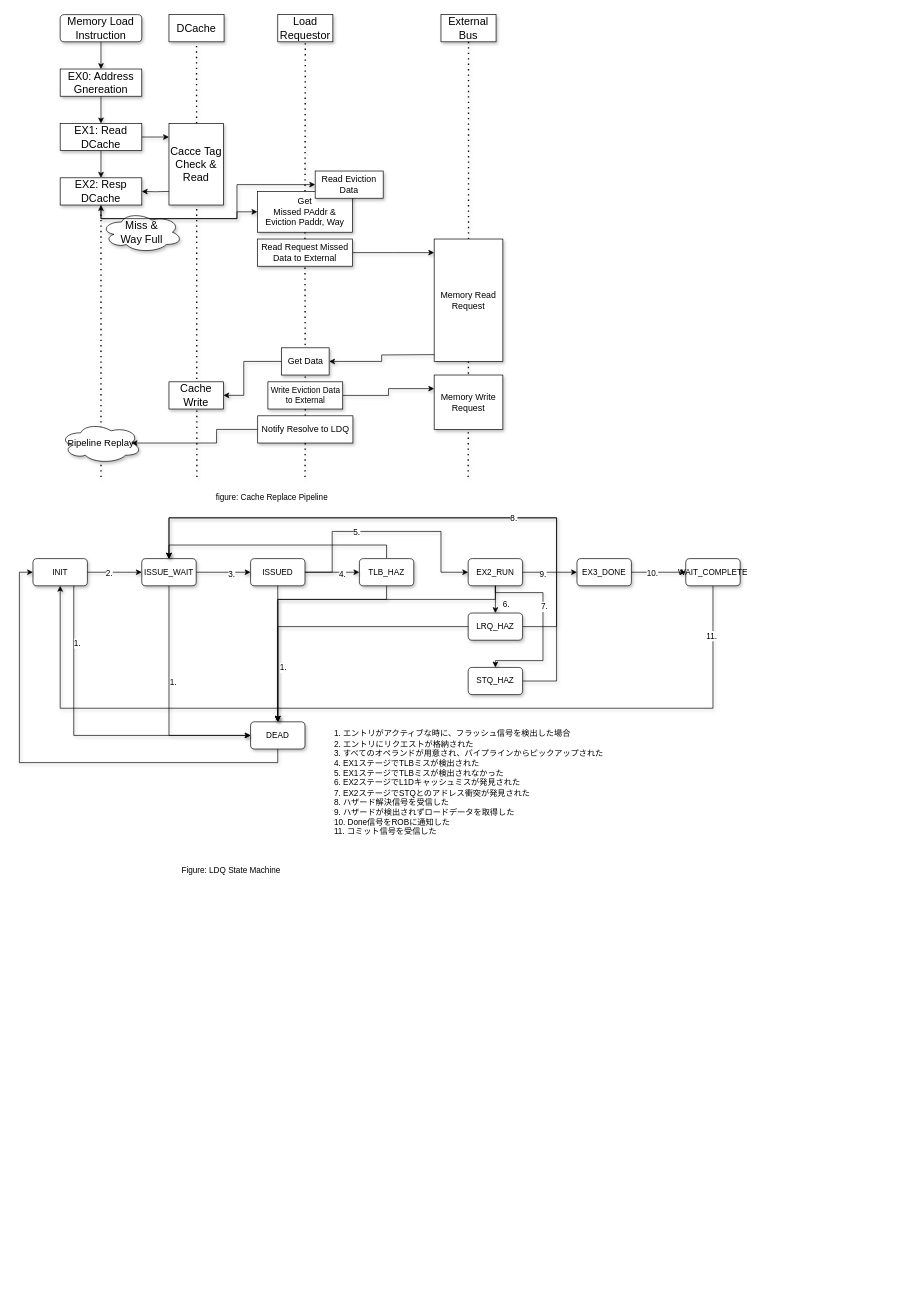
Earlier version of the draw.io diagram page "LSU" (3 of 4) of docs/source/msrh.drawio (msyksphinz-self/scariv_zero). Source tidied: cells renumbered, new cells numbered last; positions are measured from the earlier drawing's top-left corner, leaving out a move shared by most shapes. Both pictures are drawn from the tidied source at 68%, with x=0, y=0 at pixel (33, 14).
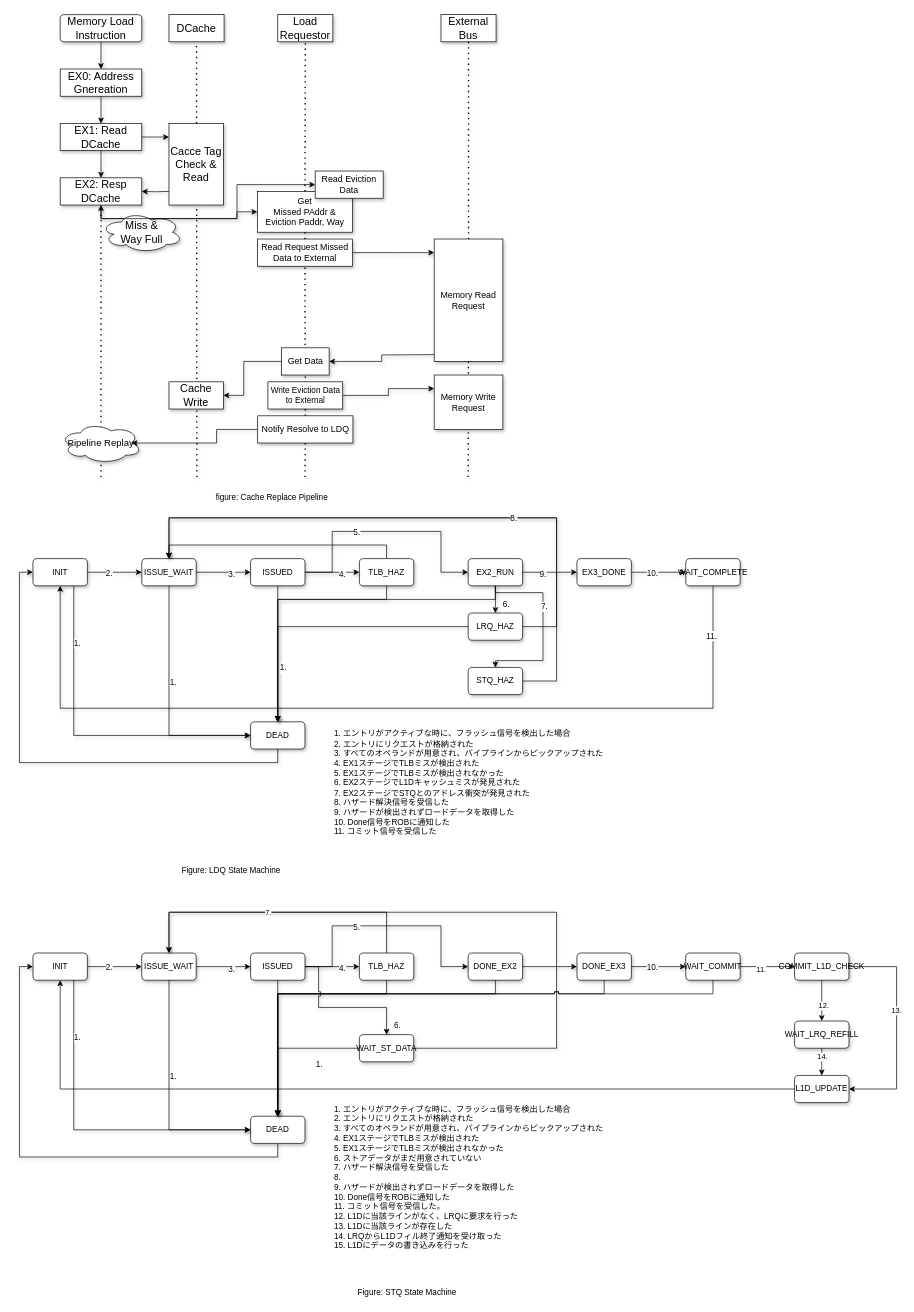
Above is the later version.

Commit message (it also covers changes not shown here):
Add state machine for STQ entry

Change to the diagram source:
```diff
@@
+    <mxCell id="87" value="Figure: STQ State Machine" style="text;html=1;align=center;verticalAlign=middle;" parent="1" vertex="1">
+      <mxGeometry x="470" y="1870" width="160" height="20" as="geometry" />
+    </mxCell>
+    <mxCell id="88" style="group;" parent="1" vertex="1">
+      <mxGeometry y="1320" width="1270" height="500" as="geometry" />
+    </mxCell>
+    <mxCell id="89" value="INIT" style="rounded=1;whiteSpace=wrap;html=1;shadow=1;" parent="88" vertex="1">
+      <mxGeometry y="60" width="80" height="40" as="geometry" />
+    </mxCell>
+    <mxCell id="90" value="ISSUE_WAIT" style="rounded=1;whiteSpace=wrap;html=1;shadow=1;" parent="88" vertex="1">
+      <mxGeometry x="160" y="60" width="80" height="40" as="geometry" />
+    </mxCell>
+    <mxCell id="91" style="edgeStyle=orthogonalEdgeStyle;rounded=0;jettySize=auto;html=1;shadow=1;" parent="88" edge="1" source="89" target="90">
+      <mxGeometry as="geometry" />
+    </mxCell>
+    <mxCell id="92" value="2." style="text;html=1;align=center;verticalAlign=middle;labelBackgroundColor=#ffffff;" parent="91" vertex="1">
+      <mxGeometry x="-0.22" y="-1" relative="1" as="geometry" />
+    </mxCell>
+    <mxCell id="93" value="ISSUED" style="rounded=1;whiteSpace=wrap;html=1;shadow=1;" parent="88" vertex="1">
+      <mxGeometry x="320" y="60" width="80" height="40" as="geometry" />
+    </mxCell>
+    <mxCell id="94" style="edgeStyle=orthogonalEdgeStyle;rounded=0;jettySize=auto;html=1;shadow=1;" parent="88" edge="1" source="90" target="93">
+      <mxGeometry as="geometry" />
+    </mxCell>
+    <mxCell id="95" value="3." style="text;html=1;align=center;verticalAlign=middle;labelBackgroundColor=#ffffff;" parent="94" vertex="1">
+      <mxGeometry x="0.27" y="-3" relative="1" as="geometry" />
+    </mxCell>
+    <mxCell id="96" style="edgeStyle=orthogonalEdgeStyle;rounded=0;jettySize=auto;html=1;exitX=0.5;exitY=0;exitDx=0;exitDy=0;entryX=0.5;entryY=0;entryDx=0;entryDy=0;shadow=1;" parent="88" edge="1" source="97" target="90">
+      <mxGeometry as="geometry">
+        <Array as="points">
+          <mxPoint x="520" />
+          <mxPoint x="200" />
+        </Array>
+      </mxGeometry>
+    </mxCell>
+    <mxCell id="97" value="TLB_HAZ" style="rounded=1;whiteSpace=wrap;html=1;shadow=1;" parent="88" vertex="1">
+      <mxGeometry x="480" y="60" width="80" height="40" as="geometry" />
+    </mxCell>
+    <mxCell id="98" style="edgeStyle=orthogonalEdgeStyle;rounded=0;jettySize=auto;html=1;exitX=1;exitY=0.5;exitDx=0;exitDy=0;entryX=0;entryY=0.5;entryDx=0;entryDy=0;shadow=1;" parent="88" edge="1" source="93" target="97">
+      <mxGeometry as="geometry" />
+    </mxCell>
+    <mxCell id="99" value="4." style="text;html=1;align=center;verticalAlign=middle;labelBackgroundColor=#ffffff;" parent="98" vertex="1">
+      <mxGeometry x="0.34" y="-2" relative="1" as="geometry" />
+    </mxCell>
+    <mxCell id="100" value="DONE_EX2" style="rounded=1;whiteSpace=wrap;html=1;shadow=1;" parent="88" vertex="1">
+      <mxGeometry x="640" y="60" width="80" height="40" as="geometry" />
+    </mxCell>
+    <mxCell id="101" style="edgeStyle=orthogonalEdgeStyle;rounded=0;jettySize=auto;html=1;exitX=1;exitY=0.5;exitDx=0;exitDy=0;entryX=0;entryY=0.5;entryDx=0;entryDy=0;shadow=1;" parent="88" edge="1" source="93" target="100">
+      <mxGeometry as="geometry">
+        <Array as="points">
+          <mxPoint x="440" y="80" />
+          <mxPoint x="440" y="20" />
+          <mxPoint x="600" y="20" />
+          <mxPoint x="600" y="80" />
+        </Array>
+      </mxGeometry>
+    </mxCell>
+    <mxCell id="102" value="5." style="text;html=1;align=center;verticalAlign=middle;labelBackgroundColor=#ffffff;" parent="101" vertex="1">
+      <mxGeometry x="-0.25" y="-1" relative="1" as="geometry" />
+    </mxCell>
+    <mxCell id="103" style="edgeStyle=orthogonalEdgeStyle;rounded=0;jettySize=auto;html=1;exitX=1;exitY=0.5;exitDx=0;exitDy=0;entryX=0.5;entryY=0;entryDx=0;entryDy=0;shadow=1;" parent="88" edge="1" source="105" target="90">
+      <mxGeometry as="geometry">
+        <Array as="points">
+          <mxPoint x="770" y="200" />
+          <mxPoint x="770" />
+          <mxPoint x="200" />
+        </Array>
+      </mxGeometry>
+    </mxCell>
+    <mxCell id="104" value="7." style="edgeLabel;html=1;align=center;verticalAlign=middle;" parent="103" vertex="1">
+      <mxGeometry relative="1" as="geometry">
+        <mxPoint x="-314.5" as="offset" />
+      </mxGeometry>
+    </mxCell>
+    <mxCell id="105" value="WAIT_ST_DATA" style="rounded=1;whiteSpace=wrap;html=1;shadow=1;" parent="88" vertex="1">
+      <mxGeometry x="480" y="180" width="80" height="40" as="geometry" />
+    </mxCell>
+    <mxCell id="106" value="DONE_EX3" style="rounded=1;whiteSpace=wrap;html=1;shadow=1;" parent="88" vertex="1">
+      <mxGeometry x="800" y="60" width="80" height="40" as="geometry" />
+    </mxCell>
+    <mxCell id="107" style="edgeStyle=orthogonalEdgeStyle;rounded=0;jettySize=auto;html=1;shadow=1;" parent="88" edge="1" source="100" target="106">
+      <mxGeometry as="geometry" />
+    </mxCell>
+    <mxCell id="108" value="WAIT_COMMIT" style="rounded=1;whiteSpace=wrap;html=1;shadow=1;" parent="88" vertex="1">
+      <mxGeometry x="960" y="60" width="80" height="40" as="geometry" />
+    </mxCell>
+    <mxCell id="109" style="edgeStyle=orthogonalEdgeStyle;rounded=0;jettySize=auto;html=1;shadow=1;" parent="88" edge="1" source="106" target="108">
+      <mxGeometry as="geometry" />
+    </mxCell>
+    <mxCell id="110" value="10." style="text;html=1;align=center;verticalAlign=middle;labelBackgroundColor=#ffffff;" parent="109" vertex="1">
+      <mxGeometry x="-0.25" y="-1" relative="1" as="geometry" />
+    </mxCell>
+    <mxCell id="111" style="edgeStyle=orthogonalEdgeStyle;rounded=0;jettySize=auto;html=1;exitX=0.5;exitY=1;exitDx=0;exitDy=0;entryX=0;entryY=0.5;entryDx=0;entryDy=0;shadow=1;" parent="88" edge="1" source="112" target="89">
+      <mxGeometry as="geometry" />
+    </mxCell>
+    <mxCell id="112" value="DEAD" style="rounded=1;whiteSpace=wrap;html=1;shadow=1;" parent="88" vertex="1">
+      <mxGeometry x="320" y="300" width="80" height="40" as="geometry" />
+    </mxCell>
+    <mxCell id="113" style="edgeStyle=orthogonalEdgeStyle;rounded=0;jettySize=auto;html=1;exitX=0.75;exitY=1;exitDx=0;exitDy=0;entryX=0;entryY=0.5;entryDx=0;entryDy=0;shadow=1;" parent="88" edge="1" source="89" target="112">
+      <mxGeometry as="geometry" />
+    </mxCell>
+    <mxCell id="114" value="1." style="text;html=1;align=center;verticalAlign=middle;labelBackgroundColor=#ffffff;" parent="113" vertex="1">
+      <mxGeometry x="-0.65" y="4" relative="1" as="geometry" />
+    </mxCell>
+    <mxCell id="115" style="edgeStyle=orthogonalEdgeStyle;rounded=0;jettySize=auto;html=1;entryX=0;entryY=0.5;entryDx=0;entryDy=0;shadow=1;" parent="88" edge="1" source="90" target="112">
+      <mxGeometry as="geometry">
+        <Array as="points">
+          <mxPoint x="200" y="320" />
+        </Array>
+      </mxGeometry>
+    </mxCell>
+    <mxCell id="116" value="1." style="text;html=1;align=center;verticalAlign=middle;labelBackgroundColor=#ffffff;" parent="115" vertex="1">
+      <mxGeometry x="-0.17" y="5" relative="1" as="geometry" />
+    </mxCell>
+    <mxCell id="117" style="edgeStyle=orthogonalEdgeStyle;rounded=0;jettySize=auto;html=1;exitX=0.5;exitY=1;exitDx=0;exitDy=0;entryX=0.5;entryY=0;entryDx=0;entryDy=0;shadow=1;" parent="88" edge="1" source="93" target="112">
+      <mxGeometry as="geometry" />
+    </mxCell>
+    <mxCell id="118" style="edgeStyle=orthogonalEdgeStyle;rounded=0;jettySize=auto;html=1;exitX=0.5;exitY=1;exitDx=0;exitDy=0;entryX=0.5;entryY=0;entryDx=0;entryDy=0;shadow=1;" parent="88" edge="1" source="97" target="112">
+      <mxGeometry as="geometry">
+        <Array as="points">
+          <mxPoint x="520" y="120" />
+          <mxPoint x="360" y="120" />
+        </Array>
+      </mxGeometry>
+    </mxCell>
+    <mxCell id="119" style="edgeStyle=orthogonalEdgeStyle;rounded=0;jettySize=auto;html=1;exitX=0.5;exitY=1;exitDx=0;exitDy=0;entryX=0.5;entryY=0;entryDx=0;entryDy=0;shadow=1;" parent="88" edge="1" source="100" target="112">
+      <mxGeometry as="geometry">
+        <Array as="points">
+          <mxPoint x="680" y="120" />
+          <mxPoint x="360" y="120" />
+        </Array>
+      </mxGeometry>
+    </mxCell>
+    <mxCell id="120" style="edgeStyle=orthogonalEdgeStyle;rounded=0;jumpStyle=sharp;jettySize=auto;html=1;exitX=0.5;exitY=1;exitDx=0;exitDy=0;entryX=0.5;entryY=0;entryDx=0;entryDy=0;" parent="88" edge="1" source="106" target="112">
+      <mxGeometry relative="1" as="geometry">
+        <Array as="points">
+          <mxPoint x="840" y="120" />
+          <mxPoint x="360" y="120" />
+        </Array>
+      </mxGeometry>
+    </mxCell>
+    <mxCell id="121" style="edgeStyle=orthogonalEdgeStyle;rounded=0;jettySize=auto;html=1;exitX=0;exitY=0.5;exitDx=0;exitDy=0;entryX=0.5;entryY=0;entryDx=0;entryDy=0;shadow=1;" parent="88" edge="1" source="105" target="112">
+      <mxGeometry as="geometry" />
+    </mxCell>
+    <mxCell id="122" value="1." style="text;html=1;align=center;verticalAlign=middle;labelBackgroundColor=#ffffff;" parent="121" vertex="1">
+      <mxGeometry x="0.3" y="60" relative="1" as="geometry" />
+    </mxCell>
+    <mxCell id="123" value="1. エントリがアクティブな時に、フラッシュ信号を検出した場合&lt;br&gt;2. エントリにリクエストが格納された&lt;br&gt;3. すべてのオペランドが用意され、パイプラインからピックアップされた&lt;br&gt;4. EX1ステージでTLBミスが検出された&lt;br&gt;5. EX1ステージでTLBミスが検出されなかった&lt;br&gt;6. ストアデータがまだ用意されていない&lt;br&gt;7. ハザード解決信号を受信した&lt;br&gt;8.&amp;nbsp;&lt;br&gt;9. ハザードが検出されずロードデータを取得した&lt;br&gt;10. Done信号をROBに通知した&lt;br&gt;11. コミット信号を受信した。&lt;br&gt;12. L1Dに当該ラインがなく、LRQに要求を行った&lt;br&gt;13. L1Dに当該ラインが存在した&lt;br&gt;14. LRQからL1Dフィル終了通知を受け取った&lt;br&gt;15. L1Dにデータの書き込みを行った" style="text;html=1;align=left;verticalAlign=middle;" parent="88" vertex="1">
+      <mxGeometry x="441" y="280" width="410" height="220" as="geometry" />
+    </mxCell>
+    <mxCell id="124" value="COMMIT_L1D_CHECK" style="rounded=1;whiteSpace=wrap;html=1;shadow=1;" parent="88" vertex="1">
+      <mxGeometry x="1120" y="60" width="80" height="40" as="geometry" />
+    </mxCell>
+    <mxCell id="125" style="edgeStyle=orthogonalEdgeStyle;rounded=0;jumpStyle=sharp;jettySize=auto;html=1;exitX=0.5;exitY=1;exitDx=0;exitDy=0;entryX=0.5;entryY=0;entryDx=0;entryDy=0;" parent="88" edge="1" source="108" target="112">
+      <mxGeometry relative="1" as="geometry">
+        <Array as="points">
+          <mxPoint x="1000" y="120" />
+          <mxPoint x="360" y="120" />
+        </Array>
+      </mxGeometry>
+    </mxCell>
+    <mxCell id="126" style="edgeStyle=orthogonalEdgeStyle;rounded=0;jettySize=auto;html=1;" parent="88" edge="1" source="108" target="124">
+      <mxGeometry relative="1" as="geometry" />
+    </mxCell>
+    <mxCell id="127" value="11." style="edgeLabel;html=1;align=center;verticalAlign=middle;" parent="126" vertex="1">
+      <mxGeometry x="-0.25" y="-4" relative="1" as="geometry" />
+    </mxCell>
+    <mxCell id="128" value="WAIT_LRQ_REFILL" style="rounded=1;whiteSpace=wrap;html=1;shadow=1;" parent="88" vertex="1">
+      <mxGeometry x="1120" y="160" width="80" height="40" as="geometry" />
+    </mxCell>
+    <mxCell id="129" style="edgeStyle=orthogonalEdgeStyle;rounded=0;jettySize=auto;html=1;" parent="88" edge="1" source="124" target="128">
+      <mxGeometry relative="1" as="geometry" />
+    </mxCell>
+    <mxCell id="130" value="12." style="edgeLabel;html=1;align=center;verticalAlign=middle;" parent="129" vertex="1">
+      <mxGeometry x="0.22" y="2" relative="1" as="geometry" />
+    </mxCell>
+    <mxCell id="131" style="edgeStyle=orthogonalEdgeStyle;rounded=0;jettySize=auto;html=1;exitX=0;exitY=0.5;exitDx=0;exitDy=0;entryX=0.5;entryY=1;entryDx=0;entryDy=0;" parent="88" edge="1" source="132" target="89">
+      <mxGeometry relative="1" as="geometry" />
+    </mxCell>
+    <mxCell id="132" value="L1D_UPDATE" style="rounded=1;whiteSpace=wrap;html=1;shadow=1;" parent="88" vertex="1">
+      <mxGeometry x="1120" y="240" width="80" height="40" as="geometry" />
+    </mxCell>
+    <mxCell id="133" style="edgeStyle=orthogonalEdgeStyle;rounded=0;jumpStyle=sharp;jettySize=auto;html=1;exitX=1;exitY=0.5;exitDx=0;exitDy=0;entryX=1;entryY=0.5;entryDx=0;entryDy=0;" parent="88" edge="1" source="124" target="132">
+      <mxGeometry relative="1" as="geometry">
+        <Array as="points">
+          <mxPoint x="1270" y="80" />
+          <mxPoint x="1270" y="260" />
+        </Array>
+      </mxGeometry>
+    </mxCell>
+    <mxCell id="134" value="13." style="edgeLabel;html=1;align=center;verticalAlign=middle;" parent="133" vertex="1">
+      <mxGeometry x="-0.16" y="-1" relative="1" as="geometry" />
+    </mxCell>
+    <mxCell id="135" style="edgeStyle=orthogonalEdgeStyle;rounded=0;jettySize=auto;html=1;exitX=1;exitY=0.5;exitDx=0;exitDy=0;entryX=0.5;entryY=0;entryDx=0;entryDy=0;shadow=1;jumpStyle=sharp;" parent="88" edge="1" source="93" target="105">
+      <mxGeometry as="geometry">
+        <Array as="points">
+          <mxPoint x="420" y="80" />
+          <mxPoint x="420" y="140" />
+          <mxPoint x="520" y="140" />
+        </Array>
+      </mxGeometry>
+    </mxCell>
+    <mxCell id="136" value="6." style="text;html=1;align=center;verticalAlign=middle;labelBackgroundColor=#ffffff;" parent="135" vertex="1">
+      <mxGeometry x="1" y="14" relative="1" as="geometry">
+        <mxPoint x="1" y="-14" as="offset" />
+      </mxGeometry>
+    </mxCell>
+    <mxCell id="137" style="rounded=0;jettySize=auto;html=1;" parent="88" edge="1" source="128" target="132">
+      <mxGeometry relative="1" as="geometry" />
+    </mxCell>
+    <mxCell id="138" value="14." style="edgeLabel;html=1;align=center;verticalAlign=middle;" parent="137" vertex="1">
+      <mxGeometry x="-0.42" relative="1" as="geometry" />
+    </mxCell>
```
